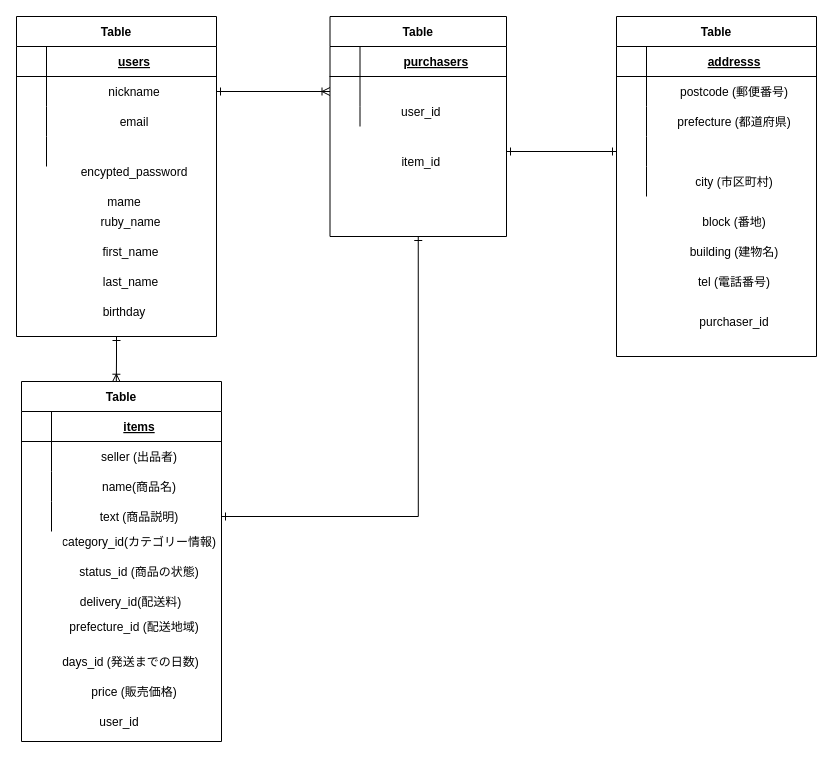
The draw.io diagram app/views/items/test.dio in haze-yuuji/furima-34802, before the edit. Source tidied: cells renumbered, new cells numbered last; positions are measured from the earlier drawing's top-left corner, leaving out a move shared by most shapes. Both pictures are drawn from the tidied source at 100%, with x=0, y=0 at pixel (16, 16).
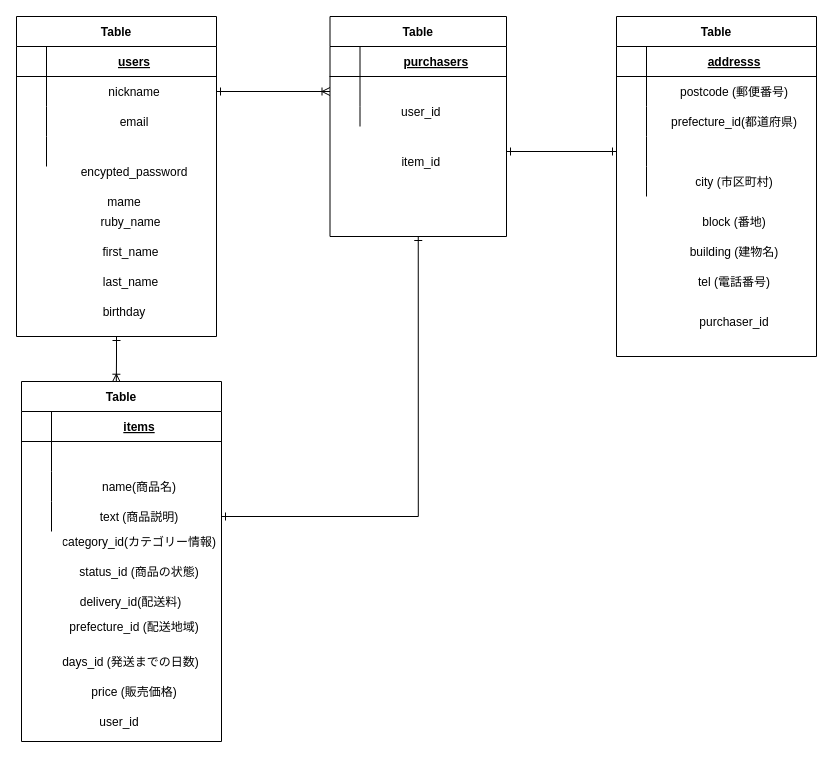
Above is the later version.

Commit message (it also covers changes not shown here):
データベース設計　再提出3

The change refers to these unchanged cells:
```xml
<mxCell id="23" style="shape=partialRectangle;fillColor=none;top=0;left=0;bottom=0;right=0;" parent="19" vertex="1">
  <mxGeometry y="60" width="200" height="30" as="geometry" />
</mxCell>
<mxCell id="52" style="shape=partialRectangle;fillColor=none;top=0;left=0;bottom=0;right=0;" parent="45" vertex="1">
  <mxGeometry y="90" width="200" height="30" as="geometry" />
</mxCell>
```

Change to the diagram source:
```diff
@@
-    <mxCell id="25" value="seller (出品者)" style="shape=partialRectangle;fillColor=none;top=0;left=0;bottom=0;right=0;align=center;spacingLeft=6;overflow=hidden;" parent="23" vertex="1">
+    <mxCell id="25" style="shape=partialRectangle;fillColor=none;top=0;left=0;bottom=0;right=0;align=center;spacingLeft=6;overflow=hidden;" parent="23" vertex="1">
       <mxGeometry x="30" width="170" height="30" as="geometry" />
     </mxCell>
@@
-    <mxCell id="54" value="prefecture (都道府県)" style="shape=partialRectangle;fillColor=none;top=0;left=0;bottom=0;right=0;align=center;spacingLeft=6;overflow=hidden;" parent="52" vertex="1">
+    <mxCell id="54" value="prefecture_id(都道府県)" style="shape=partialRectangle;fillColor=none;top=0;left=0;bottom=0;right=0;align=center;spacingLeft=6;overflow=hidden;" parent="52" vertex="1">
       <mxGeometry x="30" width="170" height="30" as="geometry" />
     </mxCell>
```
